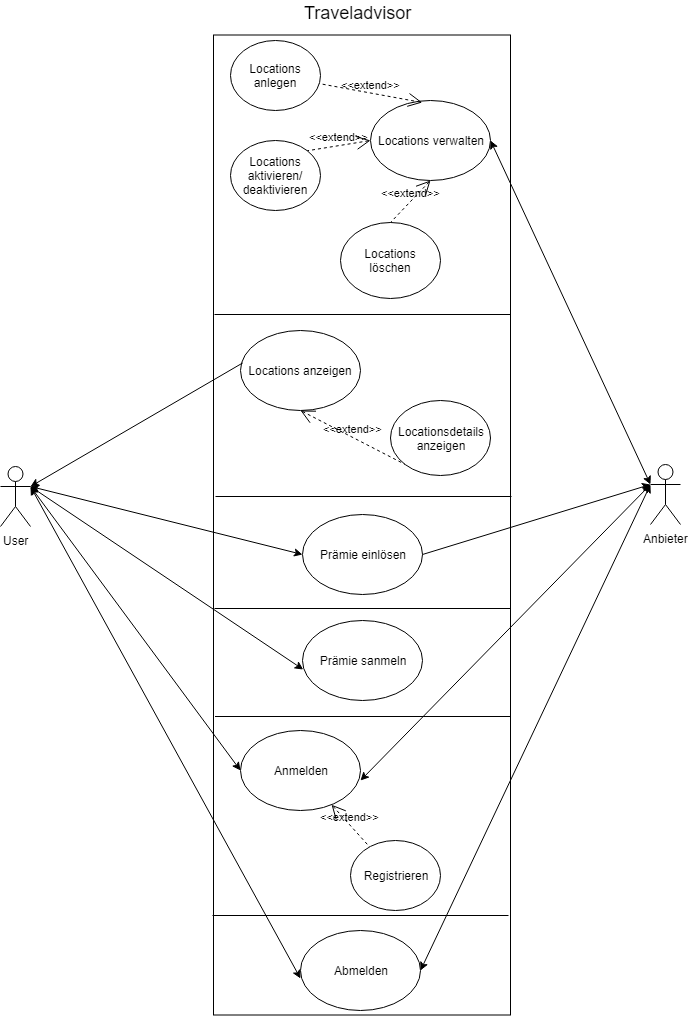
Earlier version of the draw.io export SYP(MUH)/USECASE_Traveladvisor.png (gilgenreiner/TravelAdvicer). Source tidied: cells renumbered, new cells last; positions are measured from the earlier drawing's top-left corner, leaving out a move shared by most shapes. Source of this version:
```xml
<mxGraphModel background="#ffffff">
  <root>
    <mxCell id="0" />
    <mxCell id="1" parent="0" />
    <mxCell id="2" style="rounded=0;whiteSpace=wrap;html=1;" parent="1" vertex="1">
      <mxGeometry x="213" y="34.5" width="297" height="980" as="geometry" />
    </mxCell>
    <mxCell id="3" style="line;strokeWidth=1;fillColor=none;align=left;verticalAlign=middle;spacingTop=-1;spacingLeft=3;spacingRight=3;labelPosition=right;" parent="1" vertex="1">
      <mxGeometry x="214" y="310" width="296" height="8" as="geometry" />
    </mxCell>
    <mxCell id="4" value="Anmelden" style="ellipse;whiteSpace=wrap;html=1;" parent="1" vertex="1">
      <mxGeometry x="240" y="730" width="120" height="80" as="geometry" />
    </mxCell>
    <mxCell id="5" value="&lt;font style=&quot;font-size: 18px&quot;&gt;Traveladvisor&lt;/font&gt;" style="text;html=1;align=left;verticalAlign=top;spacingTop=-4;" parent="1" vertex="1">
      <mxGeometry x="301.5" width="120" height="20" as="geometry" />
    </mxCell>
    <mxCell id="6" value="Locations verwalten" style="ellipse;whiteSpace=wrap;html=1;" parent="1" vertex="1">
      <mxGeometry x="370" y="100" width="120" height="80" as="geometry" />
    </mxCell>
    <mxCell id="7" value="Locations anzeigen" style="ellipse;whiteSpace=wrap;html=1;" parent="1" vertex="1">
      <mxGeometry x="240" y="330" width="120" height="80" as="geometry" />
    </mxCell>
    <mxCell id="8" value="Registrieren" style="ellipse;whiteSpace=wrap;html=1;" parent="1" vertex="1">
      <mxGeometry x="350" y="840" width="90" height="70" as="geometry" />
    </mxCell>
    <mxCell id="9" value="&amp;lt;&amp;lt;extend&amp;gt;&amp;gt;" style="edgeStyle=none;html=1;startArrow=open;endArrow=none;startSize=12;verticalAlign=bottom;dashed=1;labelBackgroundColor=none;" parent="1" edge="1" source="4" target="8">
      <mxGeometry relative="1" as="geometry" />
    </mxCell>
    <mxCell id="10" style="line;strokeWidth=1;fillColor=none;align=left;verticalAlign=middle;spacingTop=-1;spacingLeft=3;spacingRight=3;labelPosition=right;" parent="1" vertex="1">
      <mxGeometry x="212" y="911" width="296" height="8" as="geometry" />
    </mxCell>
    <mxCell id="11" value="Abmelden" style="ellipse;whiteSpace=wrap;html=1;" parent="1" vertex="1">
      <mxGeometry x="300" y="930" width="120" height="80" as="geometry" />
    </mxCell>
    <mxCell id="12" value="User" style="shape=umlActor;verticalLabelPosition=bottom;labelBackgroundColor=#ffffff;verticalAlign=top;html=1;outlineConnect=0;" parent="1" vertex="1">
      <mxGeometry y="466" width="30" height="60" as="geometry" />
    </mxCell>
    <mxCell id="13" value="Anbieter" style="shape=umlActor;verticalLabelPosition=bottom;labelBackgroundColor=#ffffff;verticalAlign=top;html=1;outlineConnect=0;" parent="1" vertex="1">
      <mxGeometry x="650" y="464" width="30" height="60" as="geometry" />
    </mxCell>
    <mxCell id="14" style="endArrow=classic;startArrow=classic;html=1;entryX=0;entryY=0.5;entryDx=0;entryDy=0;exitX=1;exitY=0.3333333333333333;exitDx=0;exitDy=0;exitPerimeter=0;" parent="1" edge="1" source="12" target="4">
      <mxGeometry relative="1" as="geometry" />
    </mxCell>
    <mxCell id="15" style="endArrow=classic;startArrow=classic;html=1;exitX=1;exitY=0.625;exitDx=0;exitDy=0;exitPerimeter=0;entryX=0;entryY=0.3333333333333333;entryDx=0;entryDy=0;entryPerimeter=0;" parent="1" edge="1" source="4" target="13">
      <mxGeometry relative="1" as="geometry" />
    </mxCell>
    <mxCell id="16" style="endArrow=classic;startArrow=classic;html=1;entryX=0;entryY=0.6;entryDx=0;entryDy=0;entryPerimeter=0;exitX=1;exitY=0.3333333333333333;exitDx=0;exitDy=0;exitPerimeter=0;" parent="1" edge="1" source="12" target="11">
      <mxGeometry relative="1" as="geometry" />
    </mxCell>
    <mxCell id="17" style="endArrow=classic;startArrow=classic;html=1;exitX=1;exitY=0.5;exitDx=0;exitDy=0;entryX=0;entryY=0.3333333333333333;entryDx=0;entryDy=0;entryPerimeter=0;" parent="1" edge="1" source="11" target="13">
      <mxGeometry relative="1" as="geometry" />
    </mxCell>
    <mxCell id="18" style="endArrow=classic;startArrow=classic;html=1;exitX=1;exitY=0.5;exitDx=0;exitDy=0;entryX=0;entryY=0.3333333333333333;entryDx=0;entryDy=0;entryPerimeter=0;" parent="1" edge="1" source="6" target="13">
      <mxGeometry relative="1" as="geometry" />
    </mxCell>
    <mxCell id="19" value="Locations anlegen" style="ellipse;whiteSpace=wrap;html=1;" parent="1" vertex="1">
      <mxGeometry x="230" y="40" width="90" height="70" as="geometry" />
    </mxCell>
    <mxCell id="20" value="&amp;lt;&amp;lt;extend&amp;gt;&amp;gt;" style="edgeStyle=none;html=1;startArrow=open;endArrow=none;startSize=12;verticalAlign=bottom;dashed=1;labelBackgroundColor=none;exitX=0.431;exitY=0.025;exitDx=0;exitDy=0;exitPerimeter=0;" parent="1" edge="1" source="6" target="19">
      <mxGeometry relative="1" as="geometry" />
    </mxCell>
    <mxCell id="21" style="line;strokeWidth=1;fillColor=none;align=left;verticalAlign=middle;spacingTop=-1;spacingLeft=3;spacingRight=3;labelPosition=right;" parent="1" vertex="1">
      <mxGeometry x="214" y="604" width="296" height="8" as="geometry" />
    </mxCell>
    <mxCell id="22" value="Locationsdetails&lt;br&gt;anzeigen" style="ellipse;whiteSpace=wrap;html=1;" parent="1" vertex="1">
      <mxGeometry x="390" y="400" width="100" height="75" as="geometry" />
    </mxCell>
    <mxCell id="23" value="&amp;lt;&amp;lt;extend&amp;gt;&amp;gt;" style="edgeStyle=none;html=1;startArrow=open;endArrow=none;startSize=12;verticalAlign=bottom;dashed=1;labelBackgroundColor=none;exitX=0.5;exitY=1;exitDx=0;exitDy=0;entryX=0;entryY=1;entryDx=0;entryDy=0;" parent="1" edge="1" source="7" target="22">
      <mxGeometry relative="1" as="geometry" />
    </mxCell>
    <mxCell id="24" style="endArrow=classic;html=1;exitX=0.02;exitY=0.404;exitDx=0;exitDy=0;exitPerimeter=0;entryX=1;entryY=0.3333333333333333;entryDx=0;entryDy=0;entryPerimeter=0;" parent="1" edge="1" source="7" target="12">
      <mxGeometry relative="1" as="geometry" />
    </mxCell>
    <mxCell id="25" value="Locations aktivieren/&lt;br&gt;deaktivieren" style="ellipse;whiteSpace=wrap;html=1;" parent="1" vertex="1">
      <mxGeometry x="230" y="140" width="90" height="70" as="geometry" />
    </mxCell>
    <mxCell id="26" value="&amp;lt;&amp;lt;extend&amp;gt;&amp;gt;" style="edgeStyle=none;html=1;startArrow=open;endArrow=none;startSize=12;verticalAlign=bottom;dashed=1;labelBackgroundColor=none;exitX=0;exitY=0.5;exitDx=0;exitDy=0;entryX=1;entryY=0;entryDx=0;entryDy=0;" parent="1" edge="1" source="6" target="25">
      <mxGeometry relative="1" as="geometry" />
    </mxCell>
    <mxCell id="27" style="line;strokeWidth=1;fillColor=none;align=left;verticalAlign=middle;spacingTop=-1;spacingLeft=3;spacingRight=3;labelPosition=right;" parent="1" vertex="1">
      <mxGeometry x="215" y="492" width="296" height="8" as="geometry" />
    </mxCell>
    <mxCell id="28" value="Locations löschen" style="ellipse;whiteSpace=wrap;html=1;" parent="1" vertex="1">
      <mxGeometry x="340" y="222" width="100" height="76" as="geometry" />
    </mxCell>
    <mxCell id="29" value="Prämie einlösen" style="ellipse;whiteSpace=wrap;html=1;" parent="1" vertex="1">
      <mxGeometry x="302" y="514" width="120" height="80" as="geometry" />
    </mxCell>
    <mxCell id="30" style="endArrow=classic;startArrow=classic;html=1;exitX=0;exitY=0.5;exitDx=0;exitDy=0;entryX=1;entryY=0.3333333333333333;entryDx=0;entryDy=0;entryPerimeter=0;" parent="1" edge="1" source="29" target="12">
      <mxGeometry relative="1" as="geometry" />
    </mxCell>
    <mxCell id="31" style="endArrow=classic;html=1;exitX=1;exitY=0.5;exitDx=0;exitDy=0;entryX=0;entryY=0.3333333333333333;entryDx=0;entryDy=0;entryPerimeter=0;" parent="1" edge="1" source="29" target="13">
      <mxGeometry relative="1" as="geometry" />
    </mxCell>
    <mxCell id="32" style="line;strokeWidth=1;fillColor=none;align=left;verticalAlign=middle;spacingTop=-1;spacingLeft=3;spacingRight=3;labelPosition=right;" parent="1" vertex="1">
      <mxGeometry x="214.5" y="712" width="296" height="8" as="geometry" />
    </mxCell>
    <mxCell id="33" value="Prämie sanmeln" style="ellipse;whiteSpace=wrap;html=1;" parent="1" vertex="1">
      <mxGeometry x="302" y="620" width="120" height="80" as="geometry" />
    </mxCell>
    <mxCell id="34" style="endArrow=classic;html=1;entryX=0.006;entryY=0.613;entryDx=0;entryDy=0;entryPerimeter=0;exitX=1;exitY=0.3333333333333333;exitDx=0;exitDy=0;exitPerimeter=0;" parent="1" edge="1" source="12" target="33">
      <mxGeometry relative="1" as="geometry" />
    </mxCell>
    <mxCell id="35" value="&amp;lt;&amp;lt;extend&amp;gt;&amp;gt;" style="edgeStyle=none;html=1;startArrow=open;endArrow=none;startSize=12;verticalAlign=bottom;dashed=1;labelBackgroundColor=none;exitX=0.5;exitY=1;exitDx=0;exitDy=0;entryX=0.5;entryY=0;entryDx=0;entryDy=0;" parent="1" edge="1" source="6" target="28">
      <mxGeometry relative="1" as="geometry" />
    </mxCell>
  </root>
</mxGraphModel>
```
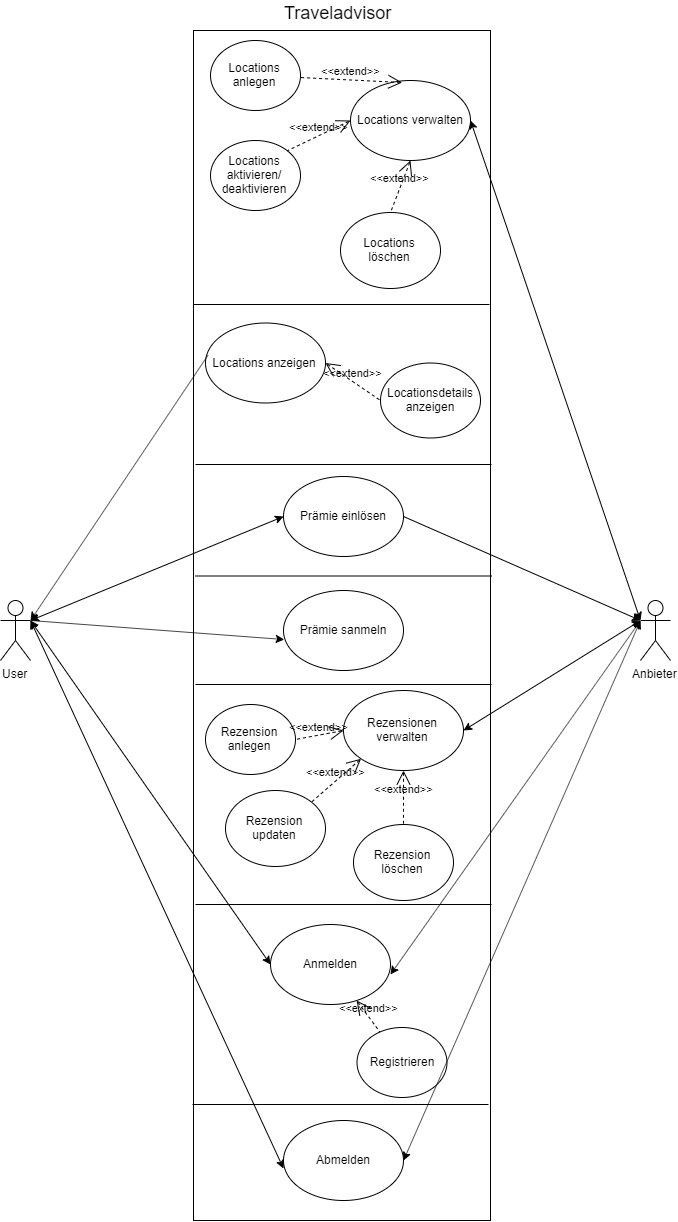
After the commit.

What changed in the source:
```diff
@@ -3,40 +3,40 @@
     <mxCell id="0" />
     <mxCell id="1" parent="0" />
     <mxCell id="2" style="rounded=0;whiteSpace=wrap;html=1;" parent="1" vertex="1">
-      <mxGeometry x="213" y="34.5" width="297" height="980" as="geometry" />
+      <mxGeometry x="213" width="297" height="1190" as="geometry" />
     </mxCell>
     <mxCell id="3" style="line;strokeWidth=1;fillColor=none;align=left;verticalAlign=middle;spacingTop=-1;spacingLeft=3;spacingRight=3;labelPosition=right;" parent="1" vertex="1">
-      <mxGeometry x="214" y="310" width="296" height="8" as="geometry" />
+      <mxGeometry x="213" y="270" width="296" height="8" as="geometry" />
     </mxCell>
     <mxCell id="4" value="Anmelden" style="ellipse;whiteSpace=wrap;html=1;" parent="1" vertex="1">
-      <mxGeometry x="240" y="730" width="120" height="80" as="geometry" />
+      <mxGeometry x="290" y="894" width="120" height="80" as="geometry" />
     </mxCell>
     <mxCell id="5" value="&lt;font style=&quot;font-size: 18px&quot;&gt;Traveladvisor&lt;/font&gt;" style="text;html=1;align=left;verticalAlign=top;spacingTop=-4;" parent="1" vertex="1">
-      <mxGeometry x="301.5" width="120" height="20" as="geometry" />
+      <mxGeometry x="301.5" y="-30" width="120" height="20" as="geometry" />
     </mxCell>
     <mxCell id="6" value="Locations verwalten" style="ellipse;whiteSpace=wrap;html=1;" parent="1" vertex="1">
-      <mxGeometry x="370" y="100" width="120" height="80" as="geometry" />
+      <mxGeometry x="370" y="50" width="120" height="80" as="geometry" />
     </mxCell>
     <mxCell id="7" value="Locations anzeigen" style="ellipse;whiteSpace=wrap;html=1;" parent="1" vertex="1">
-      <mxGeometry x="240" y="330" width="120" height="80" as="geometry" />
+      <mxGeometry x="225" y="292.5" width="120" height="80" as="geometry" />
     </mxCell>
     <mxCell id="8" value="Registrieren" style="ellipse;whiteSpace=wrap;html=1;" parent="1" vertex="1">
-      <mxGeometry x="350" y="840" width="90" height="70" as="geometry" />
+      <mxGeometry x="376.5" y="997" width="90" height="70" as="geometry" />
     </mxCell>
     <mxCell id="9" value="&amp;lt;&amp;lt;extend&amp;gt;&amp;gt;" style="edgeStyle=none;html=1;startArrow=open;endArrow=none;startSize=12;verticalAlign=bottom;dashed=1;labelBackgroundColor=none;" parent="1" edge="1" source="4" target="8">
       <mxGeometry relative="1" as="geometry" />
     </mxCell>
     <mxCell id="10" style="line;strokeWidth=1;fillColor=none;align=left;verticalAlign=middle;spacingTop=-1;spacingLeft=3;spacingRight=3;labelPosition=right;" parent="1" vertex="1">
-      <mxGeometry x="212" y="911" width="296" height="8" as="geometry" />
+      <mxGeometry x="212" y="1070" width="296" height="8" as="geometry" />
     </mxCell>
     <mxCell id="11" value="Abmelden" style="ellipse;whiteSpace=wrap;html=1;" parent="1" vertex="1">
-      <mxGeometry x="300" y="930" width="120" height="80" as="geometry" />
+      <mxGeometry x="303" y="1090" width="120" height="80" as="geometry" />
     </mxCell>
     <mxCell id="12" value="User" style="shape=umlActor;verticalLabelPosition=bottom;labelBackgroundColor=#ffffff;verticalAlign=top;html=1;outlineConnect=0;" parent="1" vertex="1">
-      <mxGeometry y="466" width="30" height="60" as="geometry" />
+      <mxGeometry x="20" y="570" width="30" height="60" as="geometry" />
     </mxCell>
     <mxCell id="13" value="Anbieter" style="shape=umlActor;verticalLabelPosition=bottom;labelBackgroundColor=#ffffff;verticalAlign=top;html=1;outlineConnect=0;" parent="1" vertex="1">
-      <mxGeometry x="650" y="464" width="30" height="60" as="geometry" />
+      <mxGeometry x="660" y="570" width="30" height="60" as="geometry" />
     </mxCell>
     <mxCell id="14" style="endArrow=classic;startArrow=classic;html=1;entryX=0;entryY=0.5;entryDx=0;entryDy=0;exitX=1;exitY=0.3333333333333333;exitDx=0;exitDy=0;exitPerimeter=0;" parent="1" edge="1" source="12" target="4">
       <mxGeometry relative="1" as="geometry" />
@@ -54,37 +54,37 @@
       <mxGeometry relative="1" as="geometry" />
     </mxCell>
     <mxCell id="19" value="Locations anlegen" style="ellipse;whiteSpace=wrap;html=1;" parent="1" vertex="1">
-      <mxGeometry x="230" y="40" width="90" height="70" as="geometry" />
+      <mxGeometry x="230" y="10" width="90" height="70" as="geometry" />
     </mxCell>
     <mxCell id="20" value="&amp;lt;&amp;lt;extend&amp;gt;&amp;gt;" style="edgeStyle=none;html=1;startArrow=open;endArrow=none;startSize=12;verticalAlign=bottom;dashed=1;labelBackgroundColor=none;exitX=0.431;exitY=0.025;exitDx=0;exitDy=0;exitPerimeter=0;" parent="1" edge="1" source="6" target="19">
       <mxGeometry relative="1" as="geometry" />
     </mxCell>
     <mxCell id="21" style="line;strokeWidth=1;fillColor=none;align=left;verticalAlign=middle;spacingTop=-1;spacingLeft=3;spacingRight=3;labelPosition=right;" parent="1" vertex="1">
-      <mxGeometry x="214" y="604" width="296" height="8" as="geometry" />
+      <mxGeometry x="215" y="541.5" width="296" height="8" as="geometry" />
     </mxCell>
     <mxCell id="22" value="Locationsdetails&lt;br&gt;anzeigen" style="ellipse;whiteSpace=wrap;html=1;" parent="1" vertex="1">
-      <mxGeometry x="390" y="400" width="100" height="75" as="geometry" />
+      <mxGeometry x="400" y="332.5" width="100" height="75" as="geometry" />
     </mxCell>
-    <mxCell id="23" value="&amp;lt;&amp;lt;extend&amp;gt;&amp;gt;" style="edgeStyle=none;html=1;startArrow=open;endArrow=none;startSize=12;verticalAlign=bottom;dashed=1;labelBackgroundColor=none;exitX=0.5;exitY=1;exitDx=0;exitDy=0;entryX=0;entryY=1;entryDx=0;entryDy=0;" parent="1" edge="1" source="7" target="22">
+    <mxCell id="23" value="&amp;lt;&amp;lt;extend&amp;gt;&amp;gt;" style="edgeStyle=none;html=1;startArrow=open;endArrow=none;startSize=12;verticalAlign=bottom;dashed=1;labelBackgroundColor=none;exitX=1;exitY=0.5;exitDx=0;exitDy=0;entryX=0;entryY=0.5;entryDx=0;entryDy=0;" parent="1" edge="1" source="7" target="22">
       <mxGeometry relative="1" as="geometry" />
     </mxCell>
     <mxCell id="24" style="endArrow=classic;html=1;exitX=0.02;exitY=0.404;exitDx=0;exitDy=0;exitPerimeter=0;entryX=1;entryY=0.3333333333333333;entryDx=0;entryDy=0;entryPerimeter=0;" parent="1" edge="1" source="7" target="12">
       <mxGeometry relative="1" as="geometry" />
     </mxCell>
     <mxCell id="25" value="Locations aktivieren/&lt;br&gt;deaktivieren" style="ellipse;whiteSpace=wrap;html=1;" parent="1" vertex="1">
-      <mxGeometry x="230" y="140" width="90" height="70" as="geometry" />
+      <mxGeometry x="230" y="110" width="90" height="70" as="geometry" />
     </mxCell>
     <mxCell id="26" value="&amp;lt;&amp;lt;extend&amp;gt;&amp;gt;" style="edgeStyle=none;html=1;startArrow=open;endArrow=none;startSize=12;verticalAlign=bottom;dashed=1;labelBackgroundColor=none;exitX=0;exitY=0.5;exitDx=0;exitDy=0;entryX=1;entryY=0;entryDx=0;entryDy=0;" parent="1" edge="1" source="6" target="25">
       <mxGeometry relative="1" as="geometry" />
     </mxCell>
     <mxCell id="27" style="line;strokeWidth=1;fillColor=none;align=left;verticalAlign=middle;spacingTop=-1;spacingLeft=3;spacingRight=3;labelPosition=right;" parent="1" vertex="1">
-      <mxGeometry x="215" y="492" width="296" height="8" as="geometry" />
+      <mxGeometry x="215" y="430" width="296" height="8" as="geometry" />
     </mxCell>
     <mxCell id="28" value="Locations löschen" style="ellipse;whiteSpace=wrap;html=1;" parent="1" vertex="1">
-      <mxGeometry x="340" y="222" width="100" height="76" as="geometry" />
+      <mxGeometry x="360" y="182" width="100" height="76" as="geometry" />
     </mxCell>
     <mxCell id="29" value="Prämie einlösen" style="ellipse;whiteSpace=wrap;html=1;" parent="1" vertex="1">
-      <mxGeometry x="302" y="514" width="120" height="80" as="geometry" />
+      <mxGeometry x="303" y="446" width="120" height="80" as="geometry" />
     </mxCell>
     <mxCell id="30" style="endArrow=classic;startArrow=classic;html=1;exitX=0;exitY=0.5;exitDx=0;exitDy=0;entryX=1;entryY=0.3333333333333333;entryDx=0;entryDy=0;entryPerimeter=0;" parent="1" edge="1" source="29" target="12">
       <mxGeometry relative="1" as="geometry" />
@@ -93,10 +93,10 @@
       <mxGeometry relative="1" as="geometry" />
     </mxCell>
     <mxCell id="32" style="line;strokeWidth=1;fillColor=none;align=left;verticalAlign=middle;spacingTop=-1;spacingLeft=3;spacingRight=3;labelPosition=right;" parent="1" vertex="1">
-      <mxGeometry x="214.5" y="712" width="296" height="8" as="geometry" />
+      <mxGeometry x="215" y="870" width="296" height="8" as="geometry" />
     </mxCell>
     <mxCell id="33" value="Prämie sanmeln" style="ellipse;whiteSpace=wrap;html=1;" parent="1" vertex="1">
-      <mxGeometry x="302" y="620" width="120" height="80" as="geometry" />
+      <mxGeometry x="303" y="560" width="120" height="80" as="geometry" />
     </mxCell>
     <mxCell id="34" style="endArrow=classic;html=1;entryX=0.006;entryY=0.613;entryDx=0;entryDy=0;entryPerimeter=0;exitX=1;exitY=0.3333333333333333;exitDx=0;exitDy=0;exitPerimeter=0;" parent="1" edge="1" source="12" target="33">
       <mxGeometry relative="1" as="geometry" />
@@ -104,5 +104,32 @@
     <mxCell id="35" value="&amp;lt;&amp;lt;extend&amp;gt;&amp;gt;" style="edgeStyle=none;html=1;startArrow=open;endArrow=none;startSize=12;verticalAlign=bottom;dashed=1;labelBackgroundColor=none;exitX=0.5;exitY=1;exitDx=0;exitDy=0;entryX=0.5;entryY=0;entryDx=0;entryDy=0;" parent="1" edge="1" source="6" target="28">
       <mxGeometry relative="1" as="geometry" />
     </mxCell>
+    <mxCell id="36" value="Rezensionen verwalten" style="ellipse;whiteSpace=wrap;html=1;" parent="1" vertex="1">
+      <mxGeometry x="363" y="660" width="120" height="80" as="geometry" />
+    </mxCell>
+    <mxCell id="37" style="line;strokeWidth=1;fillColor=none;align=left;verticalAlign=middle;spacingTop=-1;spacingLeft=3;spacingRight=3;labelPosition=right;" parent="1" vertex="1">
+      <mxGeometry x="215" y="650" width="296" height="8" as="geometry" />
+    </mxCell>
+    <mxCell id="38" value="Rezension anlegen" style="ellipse;whiteSpace=wrap;html=1;" parent="1" vertex="1">
+      <mxGeometry x="225" y="674" width="90" height="70" as="geometry" />
+    </mxCell>
+    <mxCell id="39" value="Rezension updaten" style="ellipse;whiteSpace=wrap;html=1;" parent="1" vertex="1">
+      <mxGeometry x="245" y="760" width="100" height="76" as="geometry" />
+    </mxCell>
+    <mxCell id="40" style="endArrow=classic;startArrow=classic;html=1;exitX=1;exitY=0.5;exitDx=0;exitDy=0;entryX=0;entryY=0.3333333333333333;entryDx=0;entryDy=0;entryPerimeter=0;" parent="1" edge="1" source="36" target="13">
+      <mxGeometry relative="1" as="geometry" />
+    </mxCell>
+    <mxCell id="41" value="&amp;lt;&amp;lt;extend&amp;gt;&amp;gt;" style="edgeStyle=none;html=1;startArrow=open;endArrow=none;startSize=12;verticalAlign=bottom;dashed=1;labelBackgroundColor=none;exitX=0;exitY=0.5;exitDx=0;exitDy=0;entryX=1;entryY=0.5;entryDx=0;entryDy=0;" parent="1" edge="1" source="36" target="38">
+      <mxGeometry relative="1" as="geometry" />
+    </mxCell>
+    <mxCell id="42" value="&amp;lt;&amp;lt;extend&amp;gt;&amp;gt;" style="edgeStyle=none;html=1;startArrow=open;endArrow=none;startSize=12;verticalAlign=bottom;dashed=1;labelBackgroundColor=none;exitX=0;exitY=1;exitDx=0;exitDy=0;entryX=1;entryY=0;entryDx=0;entryDy=0;" parent="1" edge="1" source="36" target="39">
+      <mxGeometry relative="1" as="geometry" />
+    </mxCell>
+    <mxCell id="43" value="Rezension löschen" style="ellipse;whiteSpace=wrap;html=1;" parent="1" vertex="1">
+      <mxGeometry x="373" y="794" width="100" height="76" as="geometry" />
+    </mxCell>
+    <mxCell id="44" value="&amp;lt;&amp;lt;extend&amp;gt;&amp;gt;" style="edgeStyle=none;html=1;startArrow=open;endArrow=none;startSize=12;verticalAlign=bottom;dashed=1;labelBackgroundColor=none;exitX=0.5;exitY=1;exitDx=0;exitDy=0;entryX=0.5;entryY=0;entryDx=0;entryDy=0;" parent="1" edge="1" source="36" target="43">
+      <mxGeometry relative="1" as="geometry" />
+    </mxCell>
   </root>
 </mxGraphModel>
```
